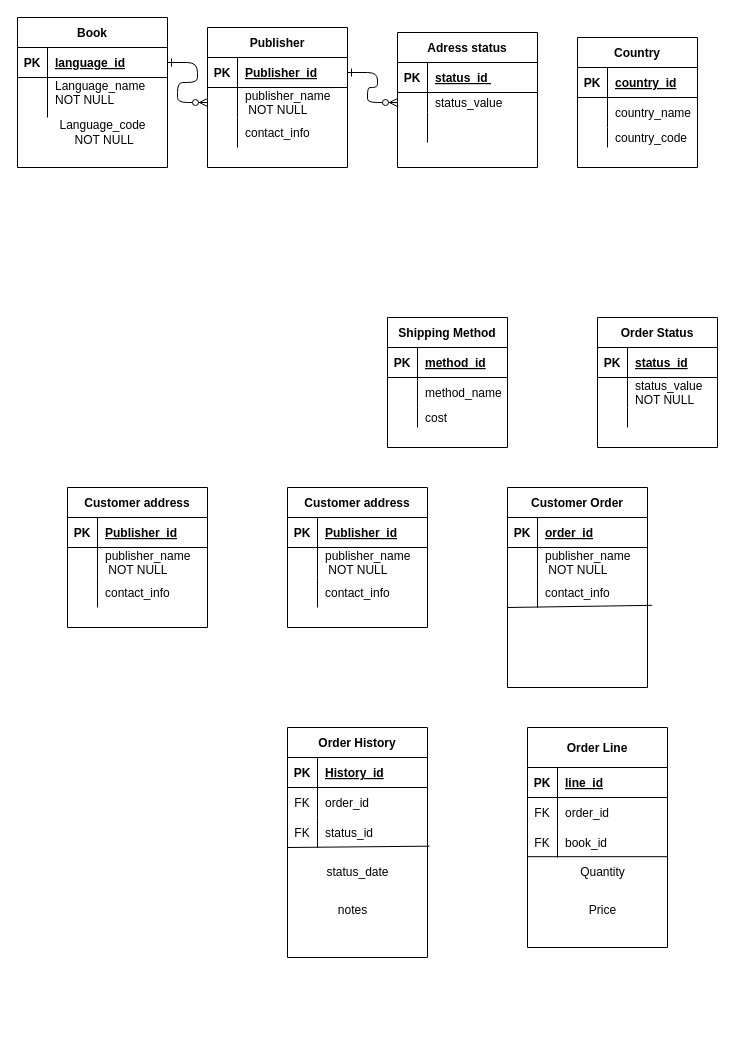
Above: Untitled Diagram.drawio in Joy-kitet/DatabaseGroupAssignment (draw.io), before the change. Source tidied: cells renumbered, new cells numbered last; positions are measured from the earlier drawing's top-left corner, leaving out a move shared by most shapes. Both pictures are drawn from the tidied source at 100%, with x=0, y=0 at pixel (17, 17).
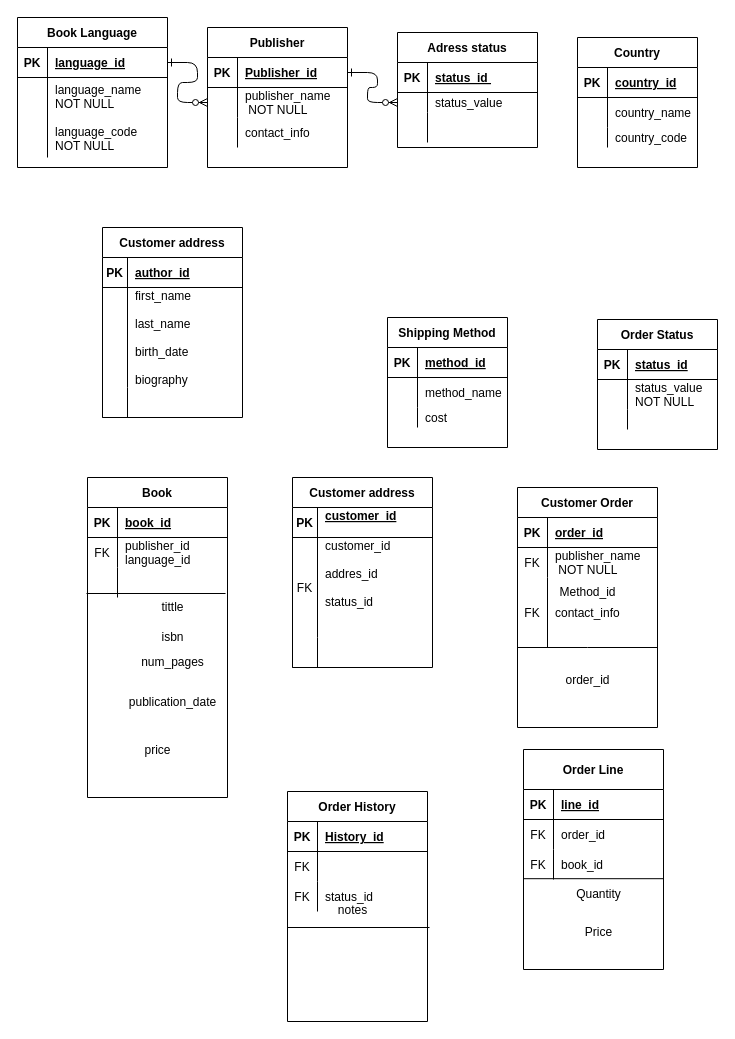
The same diagram, later.

Unchanged cells that the change refers to:
```xml
<mxCell id="64" style="shape=partialRectangle;fillColor=none;top=0;left=0;right=0;bottom=1;" parent="63" vertex="1">
  <mxGeometry y="30" width="140" height="30" as="geometry" />
</mxCell>
<mxCell id="77" style="shape=partialRectangle;fillColor=none;top=0;left=0;right=0;bottom=0;" parent="73" vertex="1">
  <mxGeometry y="60" width="140" height="30" as="geometry" />
</mxCell>
<mxCell id="87" style="shape=partialRectangle;fillColor=none;top=0;left=0;right=0;bottom=0;" parent="83" vertex="1">
  <mxGeometry y="60" width="140" height="30" as="geometry" />
</mxCell>
<mxCell id="90" style="shape=partialRectangle;fillColor=none;points=[[0,0.5],[1,0.5]];portConstraint=eastwest;top=0;left=0;right=0;bottom=0;" parent="83" vertex="1">
  <mxGeometry y="90" width="140" height="30" as="geometry" />
</mxCell>
<mxCell id="97" style="shape=partialRectangle;fillColor=none;top=0;left=0;right=0;bottom=1;" parent="96" vertex="1">
  <mxGeometry y="30" width="140" height="30" as="geometry" />
</mxCell>
<mxCell id="100" style="shape=partialRectangle;fillColor=none;top=0;left=0;right=0;bottom=0;" parent="96" vertex="1">
  <mxGeometry y="60" width="140" height="30" as="geometry" />
</mxCell>
<mxCell id="103" style="shape=partialRectangle;fillColor=none;points=[[0,0.5],[1,0.5]];portConstraint=eastwest;top=0;left=0;right=0;bottom=0;" parent="96" vertex="1">
  <mxGeometry y="90" width="140" height="30" as="geometry" />
</mxCell>
```

Diff of the diagram source:
```diff
@@
     <mxCell id="14" value="Adress status" style="shape=table;startSize=30;childLayout=tableLayout;rowLines=0;fontStyle=1;align=center;" parent="1" vertex="1">
-      <mxGeometry x="380" y="15" width="140" height="135" as="geometry" />
+      <mxGeometry x="380" y="15" width="140" height="115" as="geometry" />
     </mxCell>
@@
-    <mxCell id="25" value="Book" style="shape=table;startSize=30;childLayout=tableLayout;rowLines=0;fontStyle=1;align=center;" parent="1" vertex="1">
+    <mxCell id="25" value="Book Language" style="shape=table;startSize=30;childLayout=tableLayout;rowLines=0;fontStyle=1;align=center;" parent="1" vertex="1">
       <mxGeometry width="150" height="150" as="geometry" />
     </mxCell>
@@
     <mxCell id="29" style="shape=partialRectangle;fillColor=none;top=0;left=0;right=0;bottom=0;" parent="25" vertex="1">
-      <mxGeometry y="60" width="150" height="40" as="geometry" />
+      <mxGeometry y="60" width="150" height="80" as="geometry" />
     </mxCell>
     <mxCell id="30" style="shape=partialRectangle;overflow=hidden;fillColor=none;top=0;left=0;bottom=0;right=0;" parent="29" vertex="1">
-      <mxGeometry width="30" height="40" as="geometry" />
+      <mxGeometry width="30" height="80" as="geometry" />
     </mxCell>
-    <mxCell id="31" value="Language_name &#10;NOT NULL&#10;" style="shape=partialRectangle;overflow=hidden;fillColor=none;top=0;left=0;bottom=0;right=0;align=left;spacingLeft=6;" parent="29" vertex="1">
-      <mxGeometry x="30" width="120" height="40" as="geometry" />
+    <mxCell id="31" value="language_name &#10;NOT NULL&#10;&#10;language_code&#10;NOT NULL" style="shape=partialRectangle;overflow=hidden;fillColor=none;top=0;left=0;bottom=0;right=0;align=left;spacingLeft=6;" parent="29" vertex="1">
+      <mxGeometry x="30" width="120" height="80" as="geometry" />
     </mxCell>
-    <mxCell id="32" value="Language_code&lt;div&gt;&amp;nbsp;NOT NULL&lt;/div&gt;" style="text;html=1;align=center;verticalAlign=middle;strokeColor=none;fillColor=none;" parent="1" vertex="1">
-      <mxGeometry x="30" y="95" width="110" height="40" as="geometry" />
-    </mxCell>
@@
     <mxCell id="43" value="Order Status" style="shape=table;startSize=30;childLayout=tableLayout;rowLines=0;fontStyle=1;align=center;" parent="1" vertex="1">
-      <mxGeometry x="580" y="300" width="120" height="130" as="geometry" />
+      <mxGeometry x="580" y="302" width="120" height="130" as="geometry" />
     </mxCell>
@@
     <mxCell id="63" value="Customer address" style="shape=table;startSize=30;childLayout=tableLayout;rowLines=0;fontStyle=1;align=center;" parent="1" vertex="1">
-      <mxGeometry x="270" y="470" width="140" height="140" as="geometry" />
+      <mxGeometry x="275" y="460" width="140" height="190" as="geometry" />
     </mxCell>
@@
     <mxCell id="65" value="PK" style="shape=partialRectangle;overflow=hidden;fillColor=none;top=0;left=0;bottom=0;right=0;fontStyle=1;" parent="64" vertex="1">
-      <mxGeometry width="30" height="30" as="geometry" />
+      <mxGeometry width="25" height="30" as="geometry" />
     </mxCell>
-    <mxCell id="66" value="Publisher_id" style="shape=partialRectangle;overflow=hidden;fillColor=none;top=0;left=0;bottom=0;right=0;align=left;spacingLeft=6;fontStyle=5;" parent="64" vertex="1">
-      <mxGeometry x="30" width="110" height="30" as="geometry" />
+    <mxCell id="66" value="customer_id&#10;" style="shape=partialRectangle;overflow=hidden;fillColor=none;top=0;left=0;bottom=0;right=0;align=left;spacingLeft=6;fontStyle=5;" parent="64" vertex="1">
+      <mxGeometry x="25" width="115" height="30" as="geometry" />
     </mxCell>
     <mxCell id="67" style="shape=partialRectangle;fillColor=none;top=0;left=0;right=0;bottom=0;" parent="63" vertex="1">
-      <mxGeometry y="60" width="140" height="30" as="geometry" />
+      <mxGeometry y="60" width="140" height="100" as="geometry" />
     </mxCell>
-    <mxCell id="68" style="shape=partialRectangle;overflow=hidden;fillColor=none;top=0;left=0;bottom=0;right=0;" parent="67" vertex="1">
-      <mxGeometry width="30" height="30" as="geometry" />
+    <mxCell id="68" value="FK" style="shape=partialRectangle;overflow=hidden;fillColor=none;top=0;left=0;bottom=0;right=0;" parent="67" vertex="1">
+      <mxGeometry width="25" height="100" as="geometry" />
     </mxCell>
-    <mxCell id="69" value="publisher_name&#10; NOT NULL" style="shape=partialRectangle;overflow=hidden;fillColor=none;top=0;left=0;bottom=0;right=0;align=left;spacingLeft=6;" parent="67" vertex="1">
-      <mxGeometry x="30" width="110" height="30" as="geometry" />
+    <mxCell id="69" value="customer_id&#10;&#10;addres_id&#10;&#10;status_id&#10;&#10;" style="shape=partialRectangle;overflow=hidden;fillColor=none;top=0;left=0;bottom=0;right=0;align=left;spacingLeft=6;" parent="67" vertex="1">
+      <mxGeometry x="25" width="115" height="100" as="geometry" />
     </mxCell>
     <mxCell id="70" style="shape=partialRectangle;fillColor=none;points=[[0,0.5],[1,0.5]];portConstraint=eastwest;top=0;left=0;right=0;bottom=0;" parent="63" vertex="1">
-      <mxGeometry y="90" width="140" height="30" as="geometry" />
+      <mxGeometry y="160" width="140" height="30" as="geometry" />
     </mxCell>
     <mxCell id="71" style="shape=partialRectangle;overflow=hidden;fillColor=none;top=0;left=0;bottom=0;right=0;" parent="70" vertex="1">
-      <mxGeometry width="30" height="30" as="geometry" />
+      <mxGeometry width="25" height="30" as="geometry" />
     </mxCell>
-    <mxCell id="72" value="contact_info" style="shape=partialRectangle;overflow=hidden;fillColor=none;top=0;left=0;bottom=0;right=0;align=left;spacingLeft=6;" parent="70" vertex="1">
-      <mxGeometry x="30" width="110" height="30" as="geometry" />
+    <mxCell id="72" style="shape=partialRectangle;overflow=hidden;fillColor=none;top=0;left=0;bottom=0;right=0;align=left;spacingLeft=6;" parent="70" vertex="1">
+      <mxGeometry x="25" width="115" height="30" as="geometry" />
     </mxCell>
+    <mxCell id="122" style="endArrow=none;html=1;rounded=0;exitX=0;exitY=1;exitDx=0;exitDy=0;exitPerimeter=0;" parent="63" edge="1" source="70">
+      <mxGeometry relative="1" as="geometry">
+        <mxPoint x="135" y="190" as="targetPoint" />
+      </mxGeometry>
+    </mxCell>
     <mxCell id="73" value="Customer Order" style="shape=table;startSize=30;childLayout=tableLayout;rowLines=0;fontStyle=1;align=center;" parent="1" vertex="1">
-      <mxGeometry x="490" y="470" width="140" height="200" as="geometry" />
+      <mxGeometry x="500" y="470" width="140" height="240" as="geometry" />
     </mxCell>
@@
-    <mxCell id="78" style="shape=partialRectangle;overflow=hidden;fillColor=none;top=0;left=0;bottom=0;right=0;" parent="77" vertex="1">
+    <mxCell id="78" value="FK" style="shape=partialRectangle;overflow=hidden;fillColor=none;top=0;left=0;bottom=0;right=0;" parent="77" vertex="1">
       <mxGeometry width="30" height="30" as="geometry" />
     </mxCell>
@@
     <mxCell id="80" style="shape=partialRectangle;fillColor=none;points=[[0,0.5],[1,0.5]];portConstraint=eastwest;top=0;left=0;right=0;bottom=0;" parent="73" vertex="1">
-      <mxGeometry y="90" width="140" height="30" as="geometry" />
+      <mxGeometry y="90" width="140" height="70" as="geometry" />
     </mxCell>
-    <mxCell id="81" style="shape=partialRectangle;overflow=hidden;fillColor=none;top=0;left=0;bottom=0;right=0;" parent="80" vertex="1">
-      <mxGeometry width="30" height="30" as="geometry" />
+    <mxCell id="81" value="FK" style="shape=partialRectangle;overflow=hidden;fillColor=none;top=0;left=0;bottom=0;right=0;" parent="80" vertex="1">
+      <mxGeometry width="30" height="70" as="geometry" />
     </mxCell>
     <mxCell id="82" value="contact_info" style="shape=partialRectangle;overflow=hidden;fillColor=none;top=0;left=0;bottom=0;right=0;align=left;spacingLeft=6;" parent="80" vertex="1">
-      <mxGeometry x="30" width="110" height="30" as="geometry" />
+      <mxGeometry x="30" width="110" height="70" as="geometry" />
     </mxCell>
     <mxCell id="83" value="Order History" style="shape=table;startSize=30;childLayout=tableLayout;rowLines=0;fontStyle=1;align=center;" parent="1" vertex="1">
-      <mxGeometry x="270" y="710" width="140" height="230" as="geometry" />
+      <mxGeometry x="270" y="774" width="140" height="230" as="geometry" />
     </mxCell>
@@
-    <mxCell id="89" value="order_id" style="shape=partialRectangle;overflow=hidden;fillColor=none;top=0;left=0;bottom=0;right=0;align=left;spacingLeft=6;" parent="87" vertex="1">
+    <mxCell id="89" style="shape=partialRectangle;overflow=hidden;fillColor=none;top=0;left=0;bottom=0;right=0;align=left;spacingLeft=6;" parent="87" vertex="1">
       <mxGeometry x="30" width="110" height="30" as="geometry" />
     </mxCell>
@@
-    <mxCell id="93" style="endArrow=none;html=1;rounded=0;exitX=1.014;exitY=0.956;exitDx=0;exitDy=0;exitPerimeter=0;" parent="1" edge="1" source="90">
+    <mxCell id="93" style="endArrow=none;html=1;rounded=0;" parent="83" edge="1">
       <mxGeometry relative="1" as="geometry">
-        <mxPoint x="270" y="830" as="targetPoint" />
+        <mxPoint x="142" y="136" as="sourcePoint" />
+        <mxPoint y="136" as="targetPoint" />
       </mxGeometry>
     </mxCell>
-    <mxCell id="94" value="status_date" style="text;html=1;align=center;verticalAlign=middle;strokeColor=none;fillColor=none;" parent="1" vertex="1">
-      <mxGeometry x="295" y="840" width="90" height="30" as="geometry" />
-    </mxCell>
@@
-    <mxCell id="96" value="Customer address" style="shape=table;startSize=30;childLayout=tableLayout;rowLines=0;fontStyle=1;align=center;" parent="1" vertex="1">
-      <mxGeometry x="50" y="470" width="140" height="140" as="geometry" />
+    <mxCell id="96" value="Book" style="shape=table;startSize=30;childLayout=tableLayout;rowLines=0;fontStyle=1;align=center;" parent="1" vertex="1">
+      <mxGeometry x="70" y="460" width="140" height="320" as="geometry" />
     </mxCell>
@@
-    <mxCell id="99" value="Publisher_id" style="shape=partialRectangle;overflow=hidden;fillColor=none;top=0;left=0;bottom=0;right=0;align=left;spacingLeft=6;fontStyle=5;" parent="97" vertex="1">
+    <mxCell id="99" value="book_id" style="shape=partialRectangle;overflow=hidden;fillColor=none;top=0;left=0;bottom=0;right=0;align=left;spacingLeft=6;fontStyle=5;" parent="97" vertex="1">
       <mxGeometry x="30" width="110" height="30" as="geometry" />
     </mxCell>
@@
-    <mxCell id="101" style="shape=partialRectangle;overflow=hidden;fillColor=none;top=0;left=0;bottom=0;right=0;" parent="100" vertex="1">
+    <mxCell id="101" value="FK" style="shape=partialRectangle;overflow=hidden;fillColor=none;top=0;left=0;bottom=0;right=0;" parent="100" vertex="1">
       <mxGeometry width="30" height="30" as="geometry" />
     </mxCell>
-    <mxCell id="102" value="publisher_name&#10; NOT NULL" style="shape=partialRectangle;overflow=hidden;fillColor=none;top=0;left=0;bottom=0;right=0;align=left;spacingLeft=6;" parent="100" vertex="1">
+    <mxCell id="102" value="publisher_id&#10;language_id" style="shape=partialRectangle;overflow=hidden;fillColor=none;top=0;left=0;bottom=0;right=0;align=left;spacingLeft=6;" parent="100" vertex="1">
       <mxGeometry x="30" width="110" height="30" as="geometry" />
     </mxCell>
@@
-    <mxCell id="105" value="contact_info" style="shape=partialRectangle;overflow=hidden;fillColor=none;top=0;left=0;bottom=0;right=0;align=left;spacingLeft=6;" parent="103" vertex="1">
+    <mxCell id="105" style="shape=partialRectangle;overflow=hidden;fillColor=none;top=0;left=0;bottom=0;right=0;align=left;spacingLeft=6;" parent="103" vertex="1">
       <mxGeometry x="30" width="110" height="30" as="geometry" />
     </mxCell>
+    <mxCell id="123" style="endArrow=none;html=1;rounded=0;entryX=0.986;entryY=0.867;entryDx=0;entryDy=0;entryPerimeter=0;" parent="96" edge="1" target="103">
+      <mxGeometry relative="1" as="geometry">
+        <mxPoint x="-1" y="116" as="sourcePoint" />
+      </mxGeometry>
+    </mxCell>
     <mxCell id="106" style="group;" parent="1" vertex="1">
-      <mxGeometry x="510" y="710" width="140" height="220" as="geometry" />
+      <mxGeometry x="506" y="732" width="140" height="220" as="geometry" />
     </mxCell>
@@
-    <mxCell id="121" style="endArrow=none;html=1;rounded=0;exitX=1.032;exitY=0.928;exitDx=0;exitDy=0;exitPerimeter=0;" parent="1" edge="1" source="80">
+    <mxCell id="121" style="endArrow=none;html=1;rounded=0;" parent="1" edge="1">
       <mxGeometry relative="1" as="geometry">
-        <mxPoint x="490" y="590" as="targetPoint" />
+        <mxPoint x="640" y="630" as="sourcePoint" />
+        <mxPoint x="500" y="630" as="targetPoint" />
+        <Array as="points">
+          <mxPoint x="570" y="630" />
+        </Array>
       </mxGeometry>
     </mxCell>
+    <mxCell id="124" value="Method_id" style="text;html=1;align=center;verticalAlign=middle;strokeColor=none;fillColor=none;" parent="1" vertex="1">
+      <mxGeometry x="530" y="560" width="80" height="30" as="geometry" />
+    </mxCell>
+    <mxCell id="125" value="order_id" style="text;html=1;align=center;verticalAlign=middle;strokeColor=none;fillColor=none;" parent="1" vertex="1">
+      <mxGeometry x="535" y="648" width="70" height="30" as="geometry" />
+    </mxCell>
+    <mxCell id="126" value="tittle" style="text;html=1;align=center;verticalAlign=middle;strokeColor=none;fillColor=none;" parent="1" vertex="1">
+      <mxGeometry x="130" y="575" width="50" height="30" as="geometry" />
+    </mxCell>
+    <mxCell id="127" value="isbn" style="text;html=1;align=center;verticalAlign=middle;strokeColor=none;fillColor=none;" parent="1" vertex="1">
+      <mxGeometry x="130" y="605" width="50" height="30" as="geometry" />
+    </mxCell>
+    <mxCell id="128" value="num_pages" style="text;html=1;align=center;verticalAlign=middle;strokeColor=none;fillColor=none;" parent="1" vertex="1">
+      <mxGeometry x="110" y="630" width="90" height="30" as="geometry" />
+    </mxCell>
+    <mxCell id="129" value="publication_date" style="text;html=1;align=center;verticalAlign=middle;strokeColor=none;fillColor=none;" parent="1" vertex="1">
+      <mxGeometry x="100" y="670" width="110" height="30" as="geometry" />
+    </mxCell>
+    <mxCell id="130" value="price" style="text;html=1;align=center;verticalAlign=middle;strokeColor=none;fillColor=none;" parent="1" vertex="1">
+      <mxGeometry x="115" y="718" width="50" height="30" as="geometry" />
+    </mxCell>
+    <mxCell id="131" value="Customer address" style="shape=table;startSize=30;childLayout=tableLayout;rowLines=0;fontStyle=1;align=center;" parent="1" vertex="1">
+      <mxGeometry x="85" y="210" width="140" height="190" as="geometry" />
+    </mxCell>
+    <mxCell id="132" style="shape=partialRectangle;fillColor=none;top=0;left=0;right=0;bottom=1;" parent="131" vertex="1">
+      <mxGeometry y="30" width="140" height="30" as="geometry" />
+    </mxCell>
+    <mxCell id="133" value="PK" style="shape=partialRectangle;overflow=hidden;fillColor=none;top=0;left=0;bottom=0;right=0;fontStyle=1;" parent="132" vertex="1">
+      <mxGeometry width="25" height="30" as="geometry" />
+    </mxCell>
+    <mxCell id="134" value="author_id" style="shape=partialRectangle;overflow=hidden;fillColor=none;top=0;left=0;bottom=0;right=0;align=left;spacingLeft=6;fontStyle=5;" parent="132" vertex="1">
+      <mxGeometry x="25" width="115" height="30" as="geometry" />
+    </mxCell>
+    <mxCell id="135" style="shape=partialRectangle;fillColor=none;top=0;left=0;right=0;bottom=0;" parent="131" vertex="1">
+      <mxGeometry y="60" width="140" height="100" as="geometry" />
+    </mxCell>
+    <mxCell id="136" style="shape=partialRectangle;overflow=hidden;fillColor=none;top=0;left=0;bottom=0;right=0;" parent="135" vertex="1">
+      <mxGeometry width="25" height="100" as="geometry" />
+    </mxCell>
+    <mxCell id="137" value="first_name&#10;&#10;last_name&#10;&#10;birth_date&#10;&#10;biography" style="shape=partialRectangle;overflow=hidden;fillColor=none;top=0;left=0;bottom=0;right=0;align=left;spacingLeft=6;" parent="135" vertex="1">
+      <mxGeometry x="25" width="115" height="100" as="geometry" />
+    </mxCell>
+    <mxCell id="138" style="shape=partialRectangle;fillColor=none;points=[[0,0.5],[1,0.5]];portConstraint=eastwest;top=0;left=0;right=0;bottom=0;" parent="131" vertex="1">
+      <mxGeometry y="160" width="140" height="30" as="geometry" />
+    </mxCell>
+    <mxCell id="139" style="shape=partialRectangle;overflow=hidden;fillColor=none;top=0;left=0;bottom=0;right=0;" parent="138" vertex="1">
+      <mxGeometry width="25" height="30" as="geometry" />
+    </mxCell>
+    <mxCell id="140" style="shape=partialRectangle;overflow=hidden;fillColor=none;top=0;left=0;bottom=0;right=0;align=left;spacingLeft=6;" parent="138" vertex="1">
+      <mxGeometry x="25" width="115" height="30" as="geometry" />
+    </mxCell>
+    <mxCell id="141" style="endArrow=none;html=1;rounded=0;exitX=0;exitY=1;exitDx=0;exitDy=0;exitPerimeter=0;" parent="131" edge="1" source="138">
+      <mxGeometry relative="1" as="geometry">
+        <mxPoint x="135" y="190" as="targetPoint" />
+      </mxGeometry>
+    </mxCell>
```
